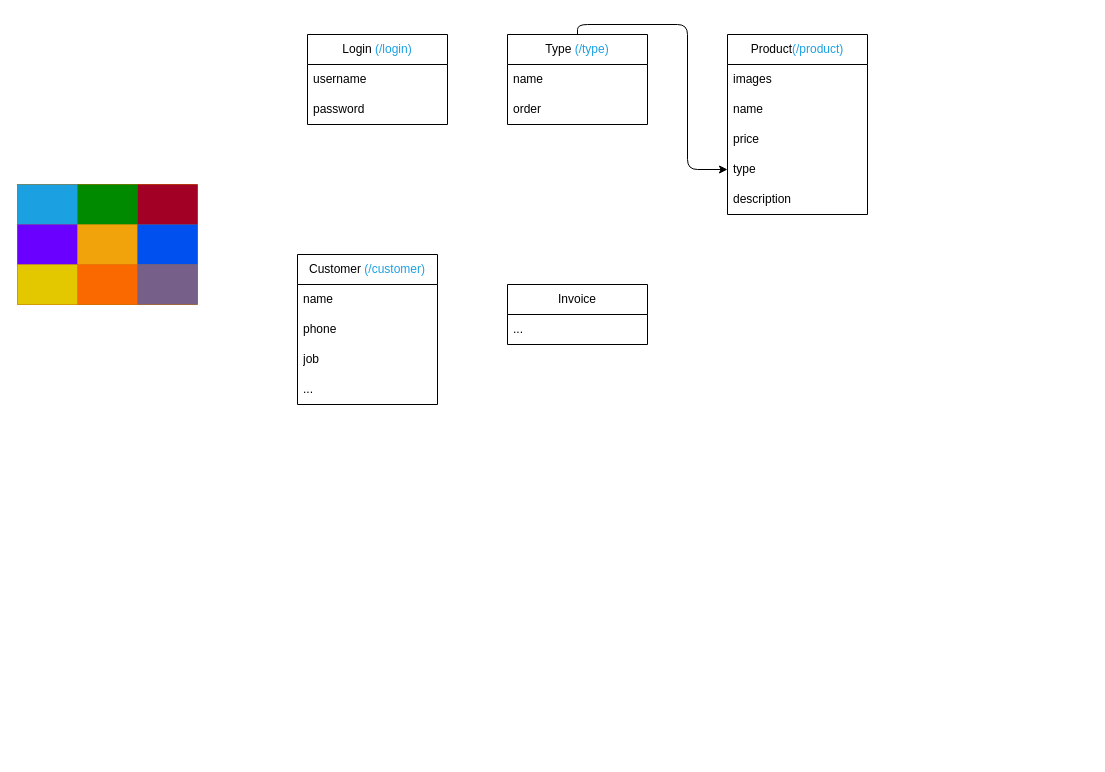
This is flow.drawio from nasfong/Tra-Project, a draw.io file, before an edit. Source tidied: cells renumbered, new cells numbered last; positions are measured from the earlier drawing's top-left corner, leaving out a move shared by most shapes. Both pictures are drawn from the tidied source at 100%, with x=0, y=0 at pixel (17, 34).
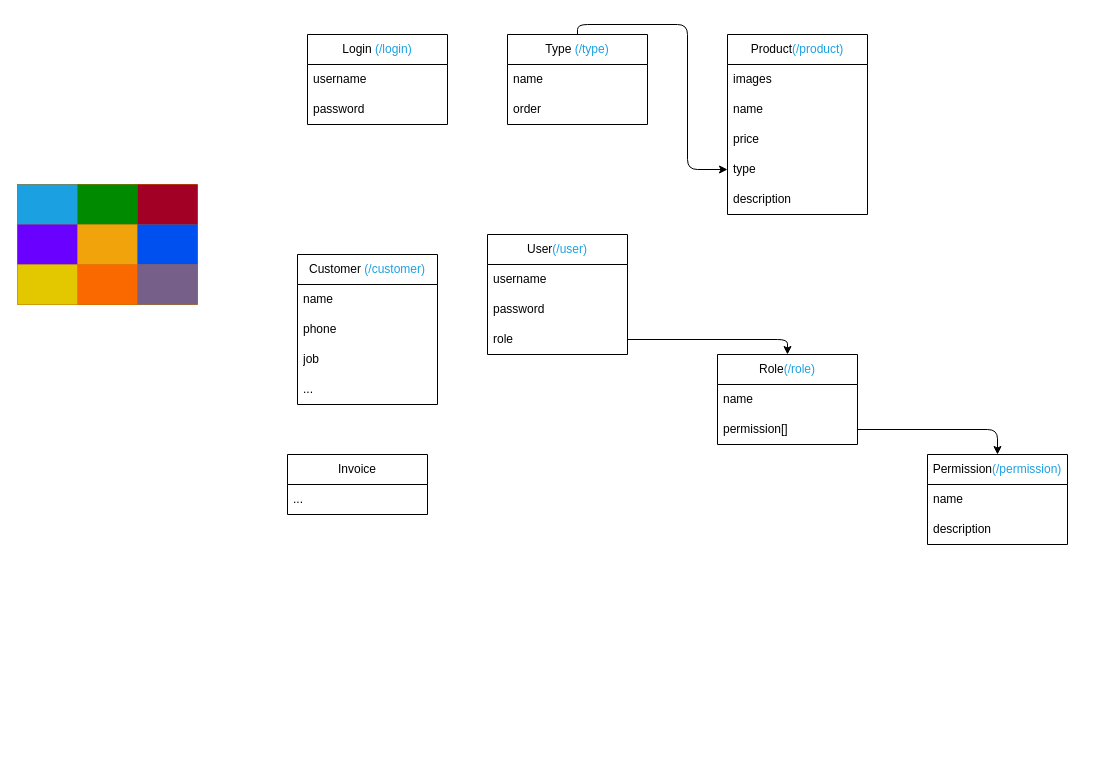
Above is the later version.

What changed in the source:
```diff
@@
     <mxCell id="21" value="Invoice" style="swimlane;fontStyle=0;horizontal=1;startSize=30;whiteSpace=wrap;html=1;" parent="1" vertex="1">
-      <mxGeometry x="490" y="250" width="140" height="60" as="geometry" />
+      <mxGeometry x="270" y="420" width="140" height="60" as="geometry" />
     </mxCell>
@@
+    <mxCell id="36" value="Permission&lt;span style=&quot;color: rgb(28, 161, 226);&quot;&gt;(&lt;/span&gt;&lt;font color=&quot;#1ca1e2&quot;&gt;/permission)&lt;/font&gt;" style="swimlane;fontStyle=0;horizontal=1;startSize=30;whiteSpace=wrap;html=1;" parent="1" vertex="1">
+      <mxGeometry x="910" y="420" width="140" height="90" as="geometry" />
+    </mxCell>
+    <mxCell id="37" value="name" style="text;strokeColor=none;fillColor=none;align=left;verticalAlign=middle;spacingLeft=4;spacingRight=4;overflow=hidden;whiteSpace=wrap;html=1;" parent="36" vertex="1">
+      <mxGeometry y="30" width="140" height="30" as="geometry" />
+    </mxCell>
+    <mxCell id="38" value="description" style="text;strokeColor=none;fillColor=none;align=left;verticalAlign=middle;spacingLeft=4;spacingRight=4;overflow=hidden;whiteSpace=wrap;html=1;" parent="36" vertex="1">
+      <mxGeometry y="60" width="140" height="30" as="geometry" />
+    </mxCell>
+    <mxCell id="39" value="Role&lt;span style=&quot;color: rgb(28, 161, 226);&quot;&gt;(&lt;/span&gt;&lt;font color=&quot;#1ca1e2&quot;&gt;/role)&lt;/font&gt;" style="swimlane;fontStyle=0;horizontal=1;startSize=30;whiteSpace=wrap;html=1;" parent="1" vertex="1">
+      <mxGeometry x="700" y="320" width="140" height="90" as="geometry" />
+    </mxCell>
+    <mxCell id="40" value="name" style="text;strokeColor=none;fillColor=none;align=left;verticalAlign=middle;spacingLeft=4;spacingRight=4;overflow=hidden;whiteSpace=wrap;html=1;" parent="39" vertex="1">
+      <mxGeometry y="30" width="140" height="30" as="geometry" />
+    </mxCell>
+    <mxCell id="41" value="permission[]" style="text;strokeColor=none;fillColor=none;align=left;verticalAlign=middle;spacingLeft=4;spacingRight=4;overflow=hidden;points=[[0,0.5],[1,0.5]];portConstraint=eastwest;whiteSpace=wrap;html=1;" parent="39" vertex="1">
+      <mxGeometry y="60" width="140" height="30" as="geometry" />
+    </mxCell>
+    <mxCell id="42" value="User&lt;span style=&quot;color: rgb(28, 161, 226);&quot;&gt;(&lt;/span&gt;&lt;font color=&quot;#1ca1e2&quot;&gt;/user)&lt;/font&gt;" style="swimlane;fontStyle=0;horizontal=1;startSize=30;whiteSpace=wrap;html=1;" parent="1" vertex="1">
+      <mxGeometry x="470" y="200" width="140" height="120" as="geometry" />
+    </mxCell>
+    <mxCell id="43" value="username" style="text;strokeColor=none;fillColor=none;align=left;verticalAlign=middle;spacingLeft=4;spacingRight=4;overflow=hidden;whiteSpace=wrap;html=1;" parent="42" vertex="1">
+      <mxGeometry y="30" width="140" height="30" as="geometry" />
+    </mxCell>
+    <mxCell id="44" value="password" style="text;strokeColor=none;fillColor=none;align=left;verticalAlign=middle;spacingLeft=4;spacingRight=4;overflow=hidden;whiteSpace=wrap;html=1;" parent="42" vertex="1">
+      <mxGeometry y="60" width="140" height="30" as="geometry" />
+    </mxCell>
+    <mxCell id="45" value="role" style="text;strokeColor=none;fillColor=none;align=left;verticalAlign=middle;spacingLeft=4;spacingRight=4;overflow=hidden;points=[[0,0.5],[1,0.5]];portConstraint=eastwest;whiteSpace=wrap;html=1;" parent="42" vertex="1">
+      <mxGeometry y="90" width="140" height="30" as="geometry" />
+    </mxCell>
+    <mxCell id="46" style="edgeStyle=orthogonalEdgeStyle;html=1;exitX=1;exitY=0.5;exitDx=0;exitDy=0;fontColor=#1ca1e2;elbow=vertical;" parent="1" edge="1" source="41" target="36">
+      <mxGeometry relative="1" as="geometry" />
+    </mxCell>
+    <mxCell id="47" style="edgeStyle=orthogonalEdgeStyle;html=1;exitX=1;exitY=0.5;exitDx=0;exitDy=0;fontColor=#1ca1e2;elbow=vertical;entryX=0.5;entryY=0;entryDx=0;entryDy=0;" parent="1" edge="1" source="45" target="39">
+      <mxGeometry relative="1" as="geometry" />
+    </mxCell>
```
